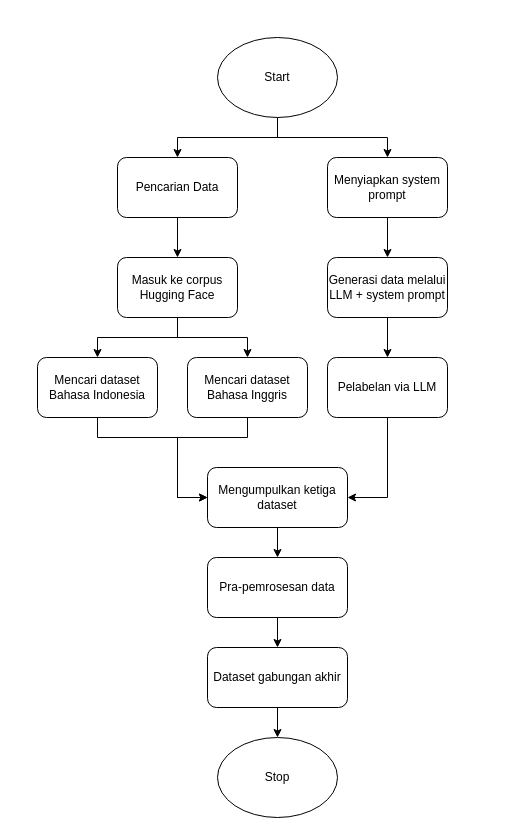
Before: page "Pengumpulan" (1 of 2) of thesis.drawio in Jacksonciek/thesis-diagram, a draw.io diagram. Source tidied: cells renumbered, new cells numbered last; positions are measured from the earlier drawing's top-left corner, leaving out a move shared by most shapes. Both pictures are drawn from the tidied source at 100%, with x=0, y=0 at pixel (37, 37).
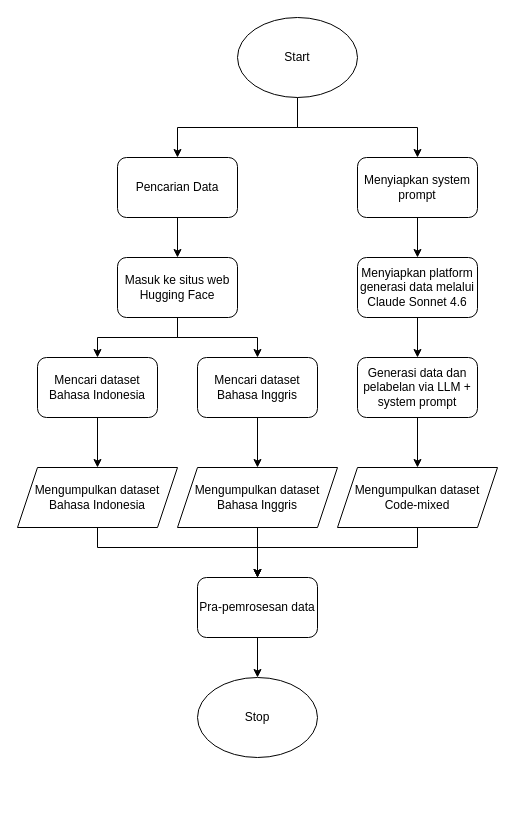
The same diagram, later.

Unchanged cells that the change refers to:
```xml
<mxCell id="3" value="Pencarian Data" style="rounded=1;whiteSpace=wrap;html=1;" parent="1" vertex="1">
  <mxGeometry x="80" y="120" width="120" height="60" as="geometry" />
</mxCell>
<mxCell id="12" value="Mencari dataset Bahasa Indonesia" style="rounded=1;whiteSpace=wrap;html=1;" parent="1" vertex="1">
  <mxGeometry y="320" width="120" height="60" as="geometry" />
</mxCell>
```

The edit, as a diff of the source:
```diff
@@
     <mxCell id="4" style="edgeStyle=orthogonalEdgeStyle;rounded=0;jettySize=auto;html=1;entryX=0.5;entryY=0;entryDx=0;entryDy=0;" parent="1" edge="1" source="6" target="3">
-      <mxGeometry relative="1" as="geometry" />
+      <mxGeometry relative="1" as="geometry">
+        <Array as="points">
+          <mxPoint x="260" y="90" />
+          <mxPoint x="140" y="90" />
+        </Array>
+      </mxGeometry>
     </mxCell>
     <mxCell id="5" style="edgeStyle=orthogonalEdgeStyle;rounded=0;jettySize=auto;html=1;entryX=0.5;entryY=0;entryDx=0;entryDy=0;" parent="1" edge="1" source="6" target="16">
-      <mxGeometry relative="1" as="geometry" />
+      <mxGeometry relative="1" as="geometry">
+        <Array as="points">
+          <mxPoint x="260" y="90" />
+          <mxPoint x="380" y="90" />
+        </Array>
+      </mxGeometry>
     </mxCell>
     <mxCell id="6" value="Start" style="ellipse;whiteSpace=wrap;html=1;" parent="1" vertex="1">
-      <mxGeometry x="180" width="120" height="80" as="geometry" />
+      <mxGeometry x="200" y="-20" width="120" height="80" as="geometry" />
     </mxCell>
     <mxCell id="7" value="Stop" style="ellipse;whiteSpace=wrap;html=1;" parent="1" vertex="1">
-      <mxGeometry x="180" y="700" width="120" height="80" as="geometry" />
+      <mxGeometry x="160" y="640" width="120" height="80" as="geometry" />
     </mxCell>
@@
-    <mxCell id="10" value="Masuk ke corpus&lt;div&gt;Hugging Face&lt;/div&gt;" style="rounded=1;whiteSpace=wrap;html=1;" parent="1" vertex="1">
+    <mxCell id="10" value="Masuk ke situs web&lt;div&gt;Hugging Face&lt;/div&gt;" style="rounded=1;whiteSpace=wrap;html=1;" parent="1" vertex="1">
       <mxGeometry x="80" y="220" width="120" height="60" as="geometry" />
     </mxCell>
-    <mxCell id="11" style="edgeStyle=orthogonalEdgeStyle;rounded=0;jettySize=auto;html=1;entryX=0;entryY=0.5;entryDx=0;entryDy=0;" parent="1" edge="1" source="12" target="20">
-      <mxGeometry relative="1" as="geometry">
-        <Array as="points">
-          <mxPoint x="60" y="400" />
-          <mxPoint x="140" y="400" />
-          <mxPoint x="140" y="460" />
-        </Array>
-      </mxGeometry>
-    </mxCell>
@@
-    <mxCell id="13" style="edgeStyle=orthogonalEdgeStyle;rounded=0;jettySize=auto;html=1;entryX=0;entryY=0.5;entryDx=0;entryDy=0;" parent="1" edge="1" source="14" target="20">
-      <mxGeometry relative="1" as="geometry">
-        <Array as="points">
-          <mxPoint x="210" y="400" />
-          <mxPoint x="140" y="400" />
-          <mxPoint x="140" y="460" />
-        </Array>
-      </mxGeometry>
-    </mxCell>
+    <mxCell id="27" style="edgeStyle=orthogonalEdgeStyle;rounded=0;jettySize=auto;html=1;entryX=0.5;entryY=0;entryDx=0;entryDy=0;" parent="1" edge="1" source="14" target="34">
+      <mxGeometry relative="1" as="geometry" />
+    </mxCell>
     <mxCell id="14" value="Mencari dataset Bahasa Inggris" style="rounded=1;whiteSpace=wrap;html=1;" parent="1" vertex="1">
-      <mxGeometry x="150" y="320" width="120" height="60" as="geometry" />
+      <mxGeometry x="160" y="320" width="120" height="60" as="geometry" />
     </mxCell>
@@
     <mxCell id="16" value="Menyiapkan system prompt" style="rounded=1;whiteSpace=wrap;html=1;" parent="1" vertex="1">
-      <mxGeometry x="290" y="120" width="120" height="60" as="geometry" />
+      <mxGeometry x="320" y="120" width="120" height="60" as="geometry" />
     </mxCell>
@@
-    <mxCell id="18" value="Generasi data melalui LLM + system prompt" style="rounded=1;whiteSpace=wrap;html=1;" parent="1" vertex="1">
-      <mxGeometry x="290" y="220" width="120" height="60" as="geometry" />
+    <mxCell id="18" value="Menyiapkan platform generasi data melalui Claude Sonnet 4.6" style="rounded=1;whiteSpace=wrap;html=1;" parent="1" vertex="1">
+      <mxGeometry x="320" y="220" width="120" height="60" as="geometry" />
     </mxCell>
-    <mxCell id="19" style="edgeStyle=orthogonalEdgeStyle;rounded=0;jettySize=auto;html=1;entryX=0.5;entryY=0;entryDx=0;entryDy=0;" parent="1" edge="1" source="20" target="24">
-      <mxGeometry relative="1" as="geometry" />
-    </mxCell>
-    <mxCell id="20" value="Mengumpulkan ketiga dataset" style="rounded=1;whiteSpace=wrap;html=1;" parent="1" vertex="1">
-      <mxGeometry x="170" y="430" width="140" height="60" as="geometry" />
-    </mxCell>
-    <mxCell id="21" style="edgeStyle=orthogonalEdgeStyle;rounded=0;jettySize=auto;html=1;entryX=1;entryY=0.5;entryDx=0;entryDy=0;" parent="1" edge="1" source="22" target="20">
-      <mxGeometry relative="1" as="geometry" />
-    </mxCell>
+    <mxCell id="28" style="edgeStyle=orthogonalEdgeStyle;rounded=0;jettySize=auto;html=1;entryX=0.5;entryY=0;entryDx=0;entryDy=0;" parent="1" edge="1" source="22" target="36">
+      <mxGeometry relative="1" as="geometry" />
+    </mxCell>
-    <mxCell id="22" value="Pelabelan via LLM" style="rounded=1;whiteSpace=wrap;html=1;" parent="1" vertex="1">
-      <mxGeometry x="290" y="320" width="120" height="60" as="geometry" />
+    <mxCell id="22" value="Generasi data dan pelabelan via LLM + system prompt" style="rounded=1;whiteSpace=wrap;html=1;" parent="1" vertex="1">
+      <mxGeometry x="320" y="320" width="120" height="60" as="geometry" />
     </mxCell>
-    <mxCell id="23" style="edgeStyle=orthogonalEdgeStyle;rounded=0;jettySize=auto;html=1;entryX=0.5;entryY=0;entryDx=0;entryDy=0;" parent="1" edge="1" source="24" target="26">
-      <mxGeometry relative="1" as="geometry" />
-    </mxCell>
+    <mxCell id="29" style="edgeStyle=orthogonalEdgeStyle;rounded=0;jettySize=auto;html=1;entryX=0.5;entryY=0;entryDx=0;entryDy=0;" parent="1" edge="1" source="24" target="7">
+      <mxGeometry relative="1" as="geometry" />
+    </mxCell>
     <mxCell id="24" value="Pra-pemrosesan data" style="rounded=1;whiteSpace=wrap;html=1;" parent="1" vertex="1">
-      <mxGeometry x="170" y="520" width="140" height="60" as="geometry" />
+      <mxGeometry x="160" y="540" width="120" height="60" as="geometry" />
     </mxCell>
-    <mxCell id="25" style="edgeStyle=orthogonalEdgeStyle;rounded=0;jettySize=auto;html=1;entryX=0.5;entryY=0;entryDx=0;entryDy=0;" parent="1" edge="1" source="26" target="7">
-      <mxGeometry relative="1" as="geometry" />
-    </mxCell>
-    <mxCell id="26" value="Dataset gabungan akhir" style="rounded=1;whiteSpace=wrap;html=1;" parent="1" vertex="1">
-      <mxGeometry x="170" y="610" width="140" height="60" as="geometry" />
-    </mxCell>
+    <mxCell id="30" style="edgeStyle=orthogonalEdgeStyle;rounded=0;jettySize=auto;html=1;entryX=0.5;entryY=0;entryDx=0;entryDy=0;" parent="1" edge="1" source="12" target="32">
+      <mxGeometry relative="1" as="geometry" />
+    </mxCell>
+    <mxCell id="31" style="edgeStyle=orthogonalEdgeStyle;rounded=0;jettySize=auto;html=1;entryX=0.5;entryY=0;entryDx=0;entryDy=0;" parent="1" edge="1" source="32" target="24">
+      <mxGeometry relative="1" as="geometry">
+        <Array as="points">
+          <mxPoint x="60" y="510" />
+          <mxPoint x="220" y="510" />
+        </Array>
+      </mxGeometry>
+    </mxCell>
+    <mxCell id="32" value="Mengumpulkan dataset Bahasa Indonesia" style="shape=parallelogram;perimeter=parallelogramPerimeter;whiteSpace=wrap;html=1;fixedSize=1;" parent="1" vertex="1">
+      <mxGeometry x="-20" y="430" width="160" height="60" as="geometry" />
+    </mxCell>
+    <mxCell id="33" style="edgeStyle=orthogonalEdgeStyle;rounded=0;jettySize=auto;html=1;entryX=0.5;entryY=0;entryDx=0;entryDy=0;" parent="1" edge="1" source="34" target="24">
+      <mxGeometry relative="1" as="geometry" />
+    </mxCell>
+    <mxCell id="34" value="Mengumpulkan dataset Bahasa Inggris" style="shape=parallelogram;perimeter=parallelogramPerimeter;whiteSpace=wrap;html=1;fixedSize=1;" parent="1" vertex="1">
+      <mxGeometry x="140" y="430" width="160" height="60" as="geometry" />
+    </mxCell>
+    <mxCell id="35" style="edgeStyle=orthogonalEdgeStyle;rounded=0;jettySize=auto;html=1;entryX=0.5;entryY=0;entryDx=0;entryDy=0;" parent="1" edge="1" source="36" target="24">
+      <mxGeometry relative="1" as="geometry">
+        <Array as="points">
+          <mxPoint x="380" y="510" />
+          <mxPoint x="220" y="510" />
+        </Array>
+      </mxGeometry>
+    </mxCell>
+    <mxCell id="36" value="Mengumpulkan dataset Code-mixed" style="shape=parallelogram;perimeter=parallelogramPerimeter;whiteSpace=wrap;html=1;fixedSize=1;" parent="1" vertex="1">
+      <mxGeometry x="300" y="430" width="160" height="60" as="geometry" />
+    </mxCell>
```
